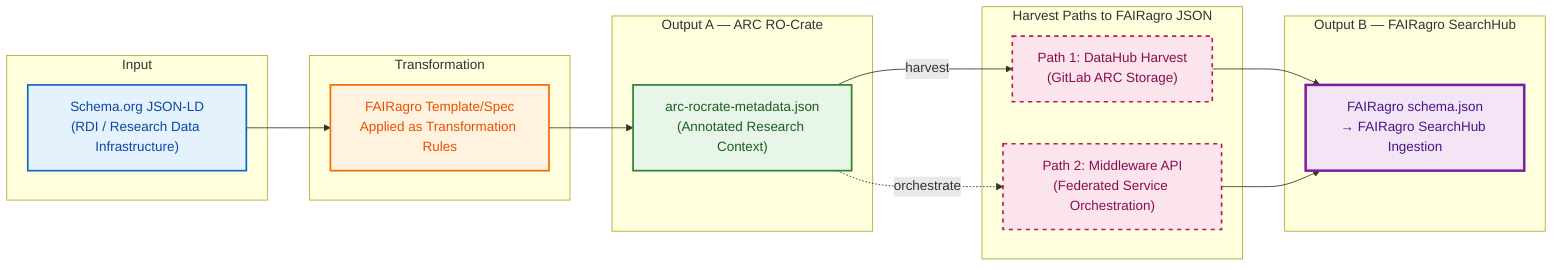
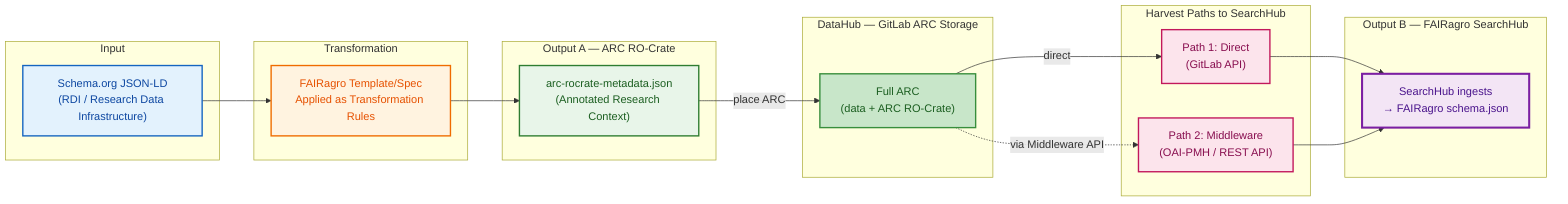
flowchart LR
    subgraph INPUT["Input"]
        I["Schema.org JSON-LD<br/>(RDI / Research Data Infrastructure)"]
    end

    subgraph TRANSFORM["Transformation"]
        T["FAIRagro Template/Spec<br/>Applied as Transformation Rules"]
    end

    subgraph OUTPUT_A["Output A — ARC RO-Crate"]
        A["arc-rocrate-metadata.json<br/>(Annotated Research Context)"]
    end

-     subgraph HARVEST["Harvest Paths to FAIRagro JSON"]
-         H1["Path 1: DataHub Harvest<br/>(GitLab ARC Storage)"]
-         H2["Path 2: Middleware API<br/>(Federated Service Orchestration)"]
+     subgraph DATAHUB["DataHub — GitLab ARC Storage"]
+         DH["Full ARC<br/>(data + ARC RO-Crate)"]
+     end
+ 
+     subgraph HARVEST["Harvest Paths to SearchHub"]
+         H1["Path 1: Direct<br/>(GitLab API)"]
+         H2["Path 2: Middleware<br/>(OAI-PMH / REST API)"]
    end

    subgraph OUTPUT_B["Output B — FAIRagro SearchHub"]
-         B["FAIRagro schema.json<br/>→ FAIRagro SearchHub Ingestion"]
+         B["SearchHub ingests<br/>→ FAIRagro schema.json"]
    end

    I --> T
    T --> A
-     A -->|harvest| H1
-     A -.->|orchestrate| H2
+     A -->|place ARC| DH
+     DH -->|direct| H1
+     DH -.->|via Middleware API| H2
    H1 --> B
    H2 --> B

    classDef in fill:#e3f2fd,stroke:#1565c0,stroke-width:2px,color:#0d47a1
    classDef trans fill:#fff3e0,stroke:#ef6c00,stroke-width:2px,color:#e65100
    classDef outa fill:#e8f5e9,stroke:#2e7d32,stroke-width:2px,color:#1b5e20
-     classDef harvest fill:#fce4ec,stroke:#c2185b,stroke-width:2px,stroke-dasharray: 5 5,color:#880e4f
+     classDef datahub fill:#c8e6c9,stroke:#388e3c,stroke-width:2px,color:#1b5e20
+     classDef harvest fill:#fce4ec,stroke:#c2185b,stroke-width:2px,color:#880e4f
    classDef outb fill:#f3e5f5,stroke:#7b1fa2,stroke-width:3px,color:#4a148c

    class I in
    class T trans
    class A outa
+     class DH datahub
    class H1,H2 harvest
    class B outb
